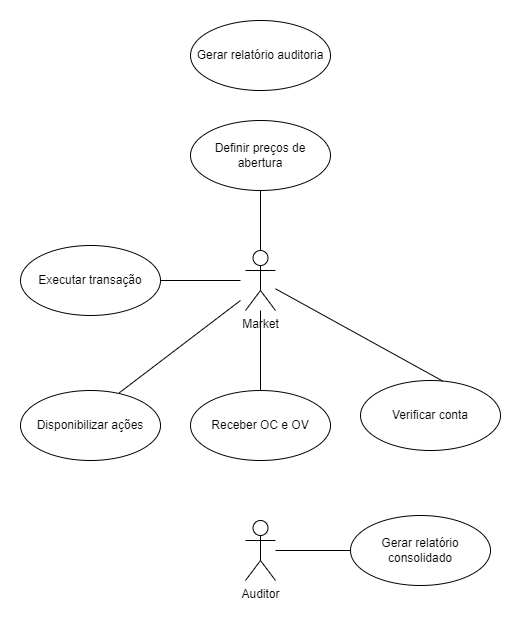
This is diagramaCasosDeUso.drawio.png from brunoorlandin/StockFEI-DealBroker, a draw.io export, as it was before one commit. Source tidied: cells renumbered, new cells last; positions are measured from the earlier drawing's top-left corner, leaving out a move shared by most shapes.
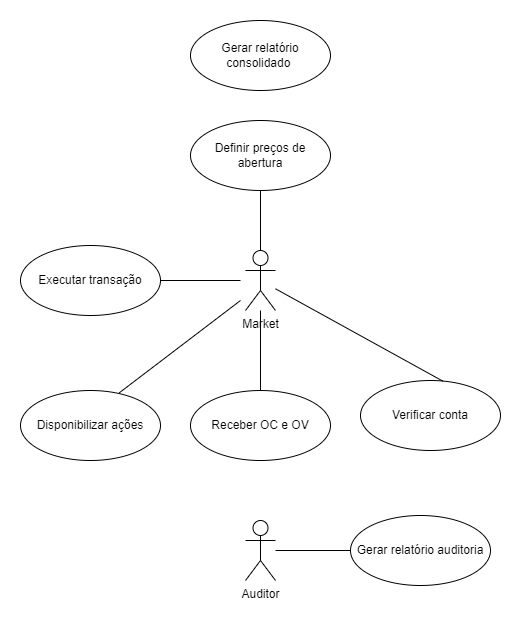
After the change.

Commit message:
ajuste diagrama de casos de uso

Change to the diagram source:
```diff
@@ -20,10 +20,10 @@
     <mxCell id="7" value="Executar transação" style="ellipse;whiteSpace=wrap;html=1;" parent="1" vertex="1">
       <mxGeometry y="225" width="140" height="70" as="geometry" />
     </mxCell>
-    <mxCell id="8" value="Gerar relatório consolidado" style="ellipse;whiteSpace=wrap;html=1;" parent="1" vertex="1">
+    <mxCell id="8" value="Gerar relatório auditoria" style="ellipse;whiteSpace=wrap;html=1;" parent="1" vertex="1">
       <mxGeometry x="330" y="495" width="140" height="70" as="geometry" />
     </mxCell>
-    <mxCell id="9" value="Gerar relatório auditoria" style="ellipse;whiteSpace=wrap;html=1;" parent="1" vertex="1">
+    <mxCell id="9" value="Gerar relatório consolidado&amp;nbsp;" style="ellipse;whiteSpace=wrap;html=1;" parent="1" vertex="1">
       <mxGeometry x="170" width="140" height="70" as="geometry" />
     </mxCell>
     <mxCell id="10" value="Verificar conta" style="ellipse;whiteSpace=wrap;html=1;" parent="1" vertex="1">
```
